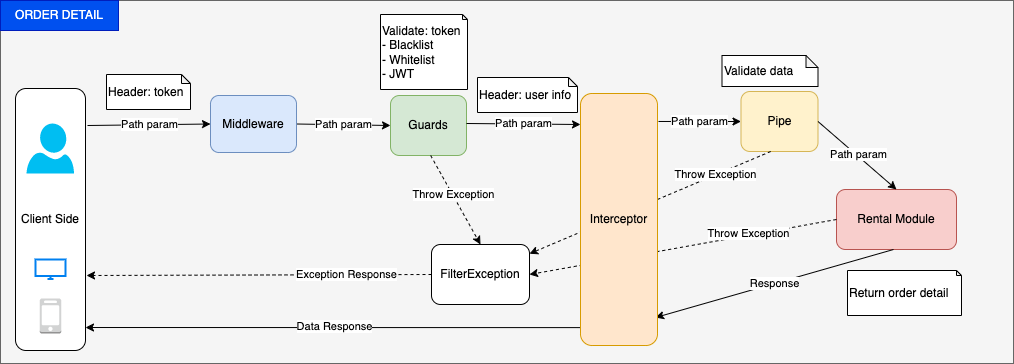
vnbrew/quynd-car-rent-nestjs keeps this draw.io diagram as OrderDetail.drawio.png. Above is the earlier version. Source tidied: cells renumbered, new cells last; positions are measured from the earlier drawing's top-left corner, leaving out a move shared by most shapes.
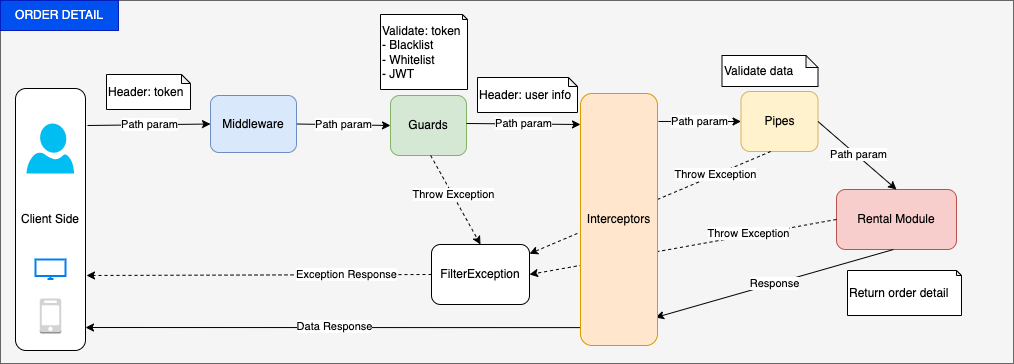
The same diagram one commit later.

Diff of the diagram source:
```diff
@@ -29,7 +29,7 @@
         <mxPoint x="466" y="124" as="sourcePoint" />
       </mxGeometry>
     </mxCell>
-    <mxCell id="9" value="Pipe" style="rounded=1;whiteSpace=wrap;html=1;fillColor=#fff2cc;strokeColor=#d6b656;" parent="1" vertex="1">
+    <mxCell id="9" value="Pipes" style="rounded=1;whiteSpace=wrap;html=1;fillColor=#fff2cc;strokeColor=#d6b656;" parent="1" vertex="1">
       <mxGeometry x="740.5" y="92" width="77" height="60" as="geometry" />
     </mxCell>
     <mxCell id="10" value="Path param" style="endArrow=classic;html=1;rounded=0;entryX=0;entryY=0.5;entryDx=0;entryDy=0;exitX=1.013;exitY=0.111;exitDx=0;exitDy=0;exitPerimeter=0;" parent="1" edge="1" source="30" target="9">
@@ -102,7 +102,7 @@
         <mxPoint x="85" y="328" as="targetPoint" />
       </mxGeometry>
     </mxCell>
-    <mxCell id="30" value="Interceptor" style="rounded=1;whiteSpace=wrap;html=1;fillColor=#ffe6cc;strokeColor=#d79b00;" parent="1" vertex="1">
+    <mxCell id="30" value="Interceptors" style="rounded=1;whiteSpace=wrap;html=1;fillColor=#ffe6cc;strokeColor=#d79b00;" parent="1" vertex="1">
       <mxGeometry x="580" y="94" width="77" height="252" as="geometry" />
     </mxCell>
   </root>
```
